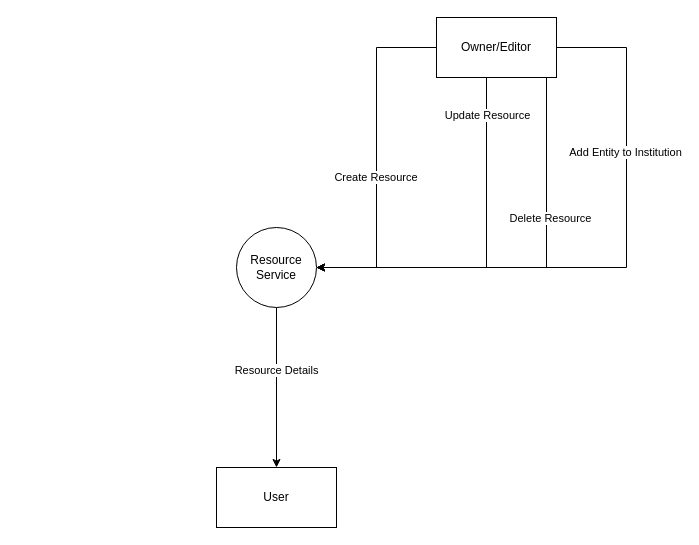
Above: diagrams/ContextDFD/Resource System Context Diagram.drawio in Apollo-LW/Apollo-LW (draw.io), before the change. Source tidied: cells renumbered, new cells numbered last; positions are measured from the earlier drawing's top-left corner, leaving out a move shared by most shapes. Both pictures are drawn from the tidied source at 100%, with x=0, y=0 at pixel (216, 17).
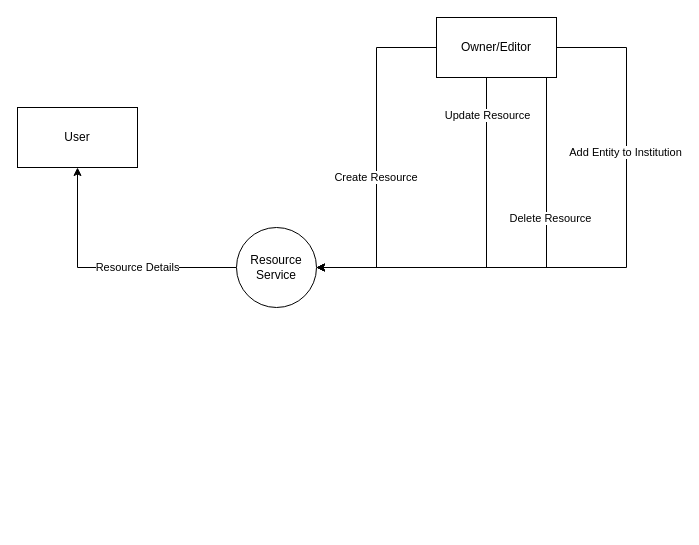
Above is the later version.

Unchanged cells that the change refers to:
```xml
<mxCell id="4" value="Resource Service" style="ellipse;whiteSpace=wrap;html=1;" parent="1" vertex="1">
  <mxGeometry x="20" y="210" width="80" height="80" as="geometry" />
</mxCell>
```

Diff of the diagram source:
```diff
@@
-    <mxCell id="2" style="edgeStyle=orthogonalEdgeStyle;rounded=0;jettySize=auto;html=1;entryX=0.5;entryY=0;entryDx=0;entryDy=0;" parent="1" edge="1" source="4" target="14">
+    <mxCell id="2" style="edgeStyle=orthogonalEdgeStyle;rounded=0;jettySize=auto;html=1;entryX=0.5;entryY=1;entryDx=0;entryDy=0;" parent="1" edge="1" source="4" target="14">
       <mxGeometry relative="1" as="geometry" />
     </mxCell>
@@
     <mxCell id="14" value="User" style="rounded=0;whiteSpace=wrap;html=1;" parent="1" vertex="1">
-      <mxGeometry y="450" width="120" height="60" as="geometry" />
+      <mxGeometry x="-199" y="90" width="120" height="60" as="geometry" />
     </mxCell>
```
